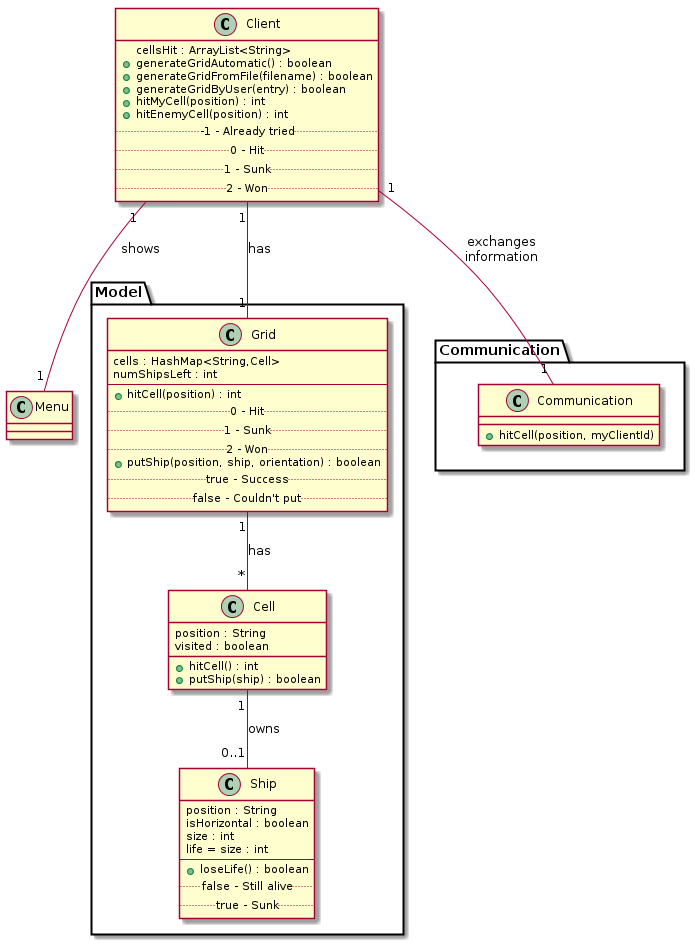
Before: diagrams/class-diagrams/classDiagram.png, a diagram exported from PlantUML (Solero93/DistributedSoftwareDevelopment).
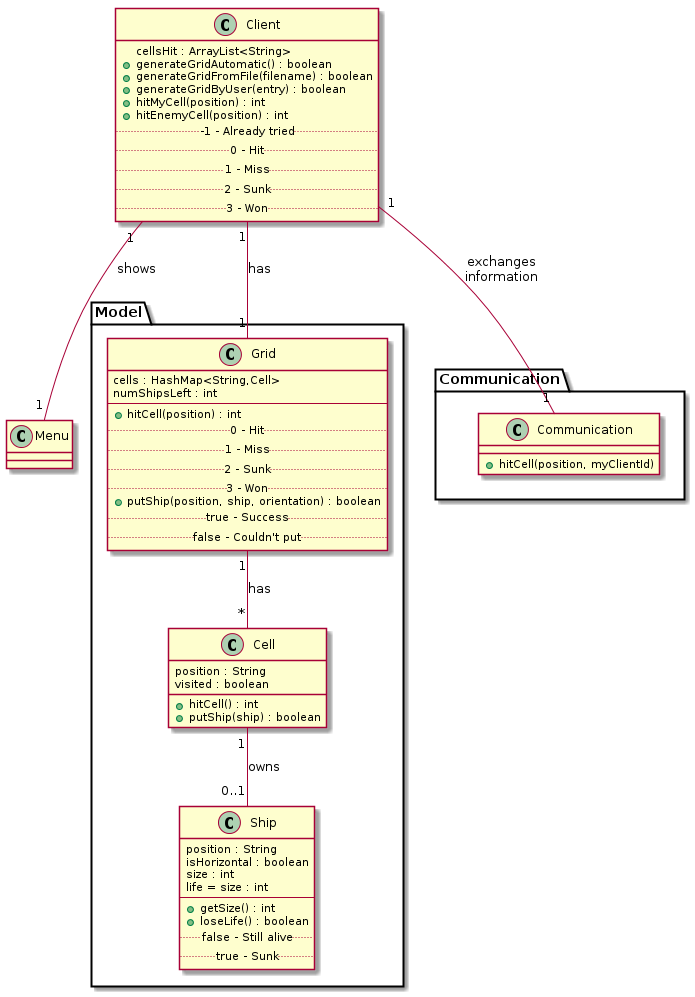
After the change.

Commit message:
Updated diagrams with Miss value return

Change to the diagram source:
```diff
@@ -8,8 +8,9 @@
 	+hitEnemyCell(position) : int
 	.. -1 - Already tried ..
 	.. 0 - Hit ..
-	.. 1 - Sunk ..
-	.. 2 - Won ..
+	.. 1 - Miss ..
+	.. 2 - Sunk ..
+	.. 3 - Won ..
 }
 
 class Menu {
@@ -23,8 +24,9 @@
 		----
 		+hitCell(position) : int
 		.. 0 - Hit ..
-		.. 1 - Sunk ..
-		.. 2 - Won ..
+		.. 1 - Miss ..
+		.. 2 - Sunk ..
+		.. 3 - Won ..
 		+putShip(position, ship, orientation) : boolean
 		.. true - Success ..
 		.. false - Couldn't put ..
@@ -43,6 +45,7 @@
 		size : int
 		life = size : int
 		----
+		+getSize() : int
 		+loseLife() : boolean
 		.. false - Still alive ..
 		.. true - Sunk ..
```
